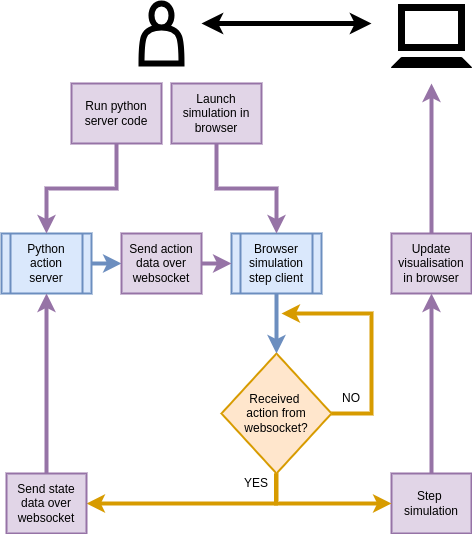
Above: assets/dexetera/dexetera-dexetera-main.drawio.png in umbralcalc/umbralcalc.github.io (draw.io), before the change. Source tidied: cells renumbered, new cells last; positions are measured from the earlier drawing's top-left corner, leaving out a move shared by most shapes. Its diagram source:
```xml
<mxGraphModel>
  <root>
    <mxCell id="0" />
    <mxCell id="1" parent="0" />
    <mxCell id="2" style="edgeStyle=orthogonalEdgeStyle;rounded=0;jettySize=auto;html=1;strokeWidth=4;fillColor=#ffe6cc;strokeColor=#d79b00;entryX=1;entryY=0.5;entryDx=0;entryDy=0;" parent="1" edge="1" target="25">
      <mxGeometry relative="1" as="geometry">
        <mxPoint x="274.5" y="470" as="sourcePoint" />
        <Array as="points">
          <mxPoint x="275" y="500" />
        </Array>
      </mxGeometry>
    </mxCell>
    <mxCell id="3" value="YES" style="text;html=1;strokeColor=none;fillColor=none;align=center;verticalAlign=middle;whiteSpace=wrap;rounded=0;" parent="1" vertex="1">
      <mxGeometry x="225" y="465" width="60" height="30" as="geometry" />
    </mxCell>
    <mxCell id="4" value="Launch simulation in browser" style="rounded=0;whiteSpace=wrap;html=1;strokeWidth=2;fillColor=#e1d5e7;strokeColor=#9673a6;" parent="1" vertex="1">
      <mxGeometry x="170" y="80" width="90" height="60" as="geometry" />
    </mxCell>
    <mxCell id="5" style="shape=actor;whiteSpace=wrap;html=1;strokeWidth=6;" parent="1" vertex="1">
      <mxGeometry x="140" width="40" height="60" as="geometry" />
    </mxCell>
    <mxCell id="6" style="rounded=0;whiteSpace=wrap;html=1;strokeWidth=7;" parent="1" vertex="1">
      <mxGeometry x="400" y="4" width="60" height="40" as="geometry" />
    </mxCell>
    <mxCell id="7" style="shape=trapezoid;perimeter=trapezoidPerimeter;whiteSpace=wrap;html=1;fixedSize=1;size=10;fillColor=#000000;" parent="1" vertex="1">
      <mxGeometry x="390" y="54" width="80" height="10" as="geometry" />
    </mxCell>
    <mxCell id="8" style="edgeStyle=orthogonalEdgeStyle;rounded=0;orthogonalLoop=1;jettySize=auto;html=1;strokeWidth=5;" parent="1" edge="1">
      <mxGeometry relative="1" as="geometry">
        <mxPoint x="330" y="20" as="sourcePoint" />
        <mxPoint x="200" y="20" as="targetPoint" />
      </mxGeometry>
    </mxCell>
    <mxCell id="9" style="edgeStyle=orthogonalEdgeStyle;rounded=0;orthogonalLoop=1;jettySize=auto;html=1;strokeWidth=5;" parent="1" edge="1">
      <mxGeometry relative="1" as="geometry">
        <mxPoint x="300" y="20" as="sourcePoint" />
        <mxPoint x="370" y="20" as="targetPoint" />
      </mxGeometry>
    </mxCell>
    <mxCell id="10" value="Run python server code" style="rounded=0;whiteSpace=wrap;html=1;strokeWidth=2;fillColor=#e1d5e7;strokeColor=#9673a6;" parent="1" vertex="1">
      <mxGeometry x="70" y="80" width="90" height="60" as="geometry" />
    </mxCell>
    <mxCell id="11" value="Python&lt;div&gt;action&lt;/div&gt;&lt;div&gt;server&lt;/div&gt;" style="shape=process;whiteSpace=wrap;html=1;backgroundOutline=1;strokeWidth=2;fillColor=#dae8fc;strokeColor=#6c8ebf;" parent="1" vertex="1">
      <mxGeometry y="230" width="90" height="60" as="geometry" />
    </mxCell>
    <mxCell id="12" value="Browser&lt;div&gt;simulation step client&lt;/div&gt;" style="shape=process;whiteSpace=wrap;html=1;backgroundOutline=1;strokeWidth=2;fillColor=#dae8fc;strokeColor=#6c8ebf;" parent="1" vertex="1">
      <mxGeometry x="230" y="230" width="90" height="60" as="geometry" />
    </mxCell>
    <mxCell id="13" style="edgeStyle=orthogonalEdgeStyle;rounded=0;jettySize=auto;html=1;strokeWidth=4;fillColor=#e1d5e7;strokeColor=#9673a6;entryX=0.5;entryY=0;entryDx=0;entryDy=0;exitX=0.5;exitY=1;exitDx=0;exitDy=0;" parent="1" edge="1" source="4" target="12">
      <mxGeometry relative="1" as="geometry" />
    </mxCell>
    <mxCell id="14" style="edgeStyle=orthogonalEdgeStyle;rounded=0;jettySize=auto;html=1;strokeWidth=4;fillColor=#e1d5e7;strokeColor=#9673a6;entryX=0.5;entryY=0;entryDx=0;entryDy=0;exitX=0.5;exitY=1;exitDx=0;exitDy=0;" parent="1" edge="1" source="10" target="11">
      <mxGeometry relative="1" as="geometry" />
    </mxCell>
    <mxCell id="15" value="Update visualisation in browser" style="rounded=0;whiteSpace=wrap;html=1;strokeWidth=2;fillColor=#e1d5e7;strokeColor=#9673a6;" parent="1" vertex="1">
      <mxGeometry x="390" y="230" width="80" height="60" as="geometry" />
    </mxCell>
    <mxCell id="16" style="edgeStyle=orthogonalEdgeStyle;rounded=0;jettySize=auto;html=1;strokeWidth=4;fillColor=#e1d5e7;strokeColor=#9673a6;exitX=0.5;exitY=0;exitDx=0;exitDy=0;" parent="1" edge="1" source="15">
      <mxGeometry relative="1" as="geometry">
        <mxPoint x="430" y="80" as="targetPoint" />
      </mxGeometry>
    </mxCell>
    <mxCell id="17" value="Received&amp;nbsp;&lt;div&gt;action from websocket?&lt;/div&gt;" style="rhombus;whiteSpace=wrap;html=1;fillColor=#ffe6cc;strokeColor=#d79b00;strokeWidth=2;direction=south;" parent="1" vertex="1">
      <mxGeometry x="220" y="350" width="110" height="120" as="geometry" />
    </mxCell>
    <mxCell id="18" style="edgeStyle=orthogonalEdgeStyle;rounded=0;jettySize=auto;html=1;strokeWidth=4;fillColor=#dae8fc;strokeColor=#6c8ebf;exitX=0.5;exitY=1;exitDx=0;exitDy=0;" parent="1" edge="1" source="12">
      <mxGeometry relative="1" as="geometry">
        <mxPoint x="275" y="350" as="targetPoint" />
      </mxGeometry>
    </mxCell>
    <mxCell id="19" style="edgeStyle=orthogonalEdgeStyle;rounded=0;orthogonalLoop=1;jettySize=auto;html=1;strokeWidth=4;fillColor=#ffe6cc;strokeColor=#d79b00;" parent="1" edge="1">
      <mxGeometry relative="1" as="geometry">
        <mxPoint x="330" y="410" as="sourcePoint" />
        <mxPoint x="280" y="310" as="targetPoint" />
        <Array as="points">
          <mxPoint x="370" y="410" />
          <mxPoint x="370" y="310" />
        </Array>
      </mxGeometry>
    </mxCell>
    <mxCell id="20" value="NO" style="text;html=1;strokeColor=none;fillColor=none;align=center;verticalAlign=middle;whiteSpace=wrap;rounded=0;" parent="1" vertex="1">
      <mxGeometry x="320" y="380" width="60" height="30" as="geometry" />
    </mxCell>
    <mxCell id="21" value="Step&amp;nbsp;&lt;div&gt;simulation&lt;/div&gt;" style="rounded=0;whiteSpace=wrap;html=1;strokeWidth=2;fillColor=#e1d5e7;strokeColor=#9673a6;" parent="1" vertex="1">
      <mxGeometry x="390" y="470" width="80" height="60" as="geometry" />
    </mxCell>
    <mxCell id="22" style="edgeStyle=orthogonalEdgeStyle;rounded=0;jettySize=auto;html=1;strokeWidth=4;fillColor=#ffe6cc;strokeColor=#d79b00;entryX=0;entryY=0.5;entryDx=0;entryDy=0;exitX=1;exitY=0.5;exitDx=0;exitDy=0;" parent="1" edge="1" source="17" target="21">
      <mxGeometry relative="1" as="geometry">
        <Array as="points">
          <mxPoint x="275" y="500" />
        </Array>
      </mxGeometry>
    </mxCell>
    <mxCell id="23" style="edgeStyle=orthogonalEdgeStyle;rounded=0;jettySize=auto;html=1;strokeWidth=4;fillColor=#e1d5e7;strokeColor=#9673a6;" parent="1" edge="1" source="21" target="15">
      <mxGeometry relative="1" as="geometry" />
    </mxCell>
    <mxCell id="24" style="edgeStyle=orthogonalEdgeStyle;rounded=0;jettySize=auto;html=1;strokeWidth=4;fillColor=#e1d5e7;strokeColor=#9673a6;entryX=0;entryY=0.5;entryDx=0;entryDy=0;exitX=1;exitY=0.5;exitDx=0;exitDy=0;" parent="1" edge="1" source="28" target="12">
      <mxGeometry relative="1" as="geometry" />
    </mxCell>
    <mxCell id="25" value="Send state&lt;div&gt;data over websocket&lt;/div&gt;" style="rounded=0;whiteSpace=wrap;html=1;strokeWidth=2;fillColor=#e1d5e7;strokeColor=#9673a6;" parent="1" vertex="1">
      <mxGeometry x="5" y="470" width="80" height="60" as="geometry" />
    </mxCell>
    <mxCell id="26" style="edgeStyle=orthogonalEdgeStyle;rounded=0;jettySize=auto;html=1;strokeWidth=4;fillColor=#e1d5e7;strokeColor=#9673a6;entryX=0.5;entryY=1;entryDx=0;entryDy=0;exitX=0.5;exitY=0;exitDx=0;exitDy=0;" parent="1" edge="1" source="25" target="11">
      <mxGeometry relative="1" as="geometry" />
    </mxCell>
    <mxCell id="27" style="edgeStyle=orthogonalEdgeStyle;rounded=0;jettySize=auto;html=1;strokeWidth=4;fillColor=#dae8fc;strokeColor=#6c8ebf;entryX=0;entryY=0.5;entryDx=0;entryDy=0;exitX=1;exitY=0.5;exitDx=0;exitDy=0;" parent="1" edge="1" source="11" target="28">
      <mxGeometry relative="1" as="geometry" />
    </mxCell>
    <mxCell id="28" value="Send action&lt;div&gt;data over websocket&lt;/div&gt;" style="rounded=0;whiteSpace=wrap;html=1;strokeWidth=2;fillColor=#e1d5e7;strokeColor=#9673a6;" parent="1" vertex="1">
      <mxGeometry x="120" y="230" width="80" height="60" as="geometry" />
    </mxCell>
  </root>
</mxGraphModel>
```
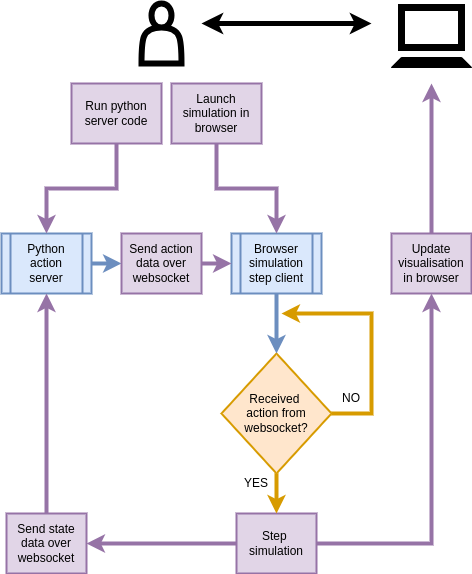
After the commit.

Commit message:
Updated main diagram for dexetera

The edit, as a diff of the source:
```diff
@@ -2,14 +2,6 @@
   <root>
     <mxCell id="0" />
     <mxCell id="1" parent="0" />
-    <mxCell id="2" style="edgeStyle=orthogonalEdgeStyle;rounded=0;jettySize=auto;html=1;strokeWidth=4;fillColor=#ffe6cc;strokeColor=#d79b00;entryX=1;entryY=0.5;entryDx=0;entryDy=0;" parent="1" edge="1" target="25">
-      <mxGeometry relative="1" as="geometry">
-        <mxPoint x="274.5" y="470" as="sourcePoint" />
-        <Array as="points">
-          <mxPoint x="275" y="500" />
-        </Array>
-      </mxGeometry>
-    </mxCell>
     <mxCell id="3" value="YES" style="text;html=1;strokeColor=none;fillColor=none;align=center;verticalAlign=middle;whiteSpace=wrap;rounded=0;" parent="1" vertex="1">
       <mxGeometry x="225" y="465" width="60" height="30" as="geometry" />
     </mxCell>
@@ -82,14 +74,10 @@
       <mxGeometry x="320" y="380" width="60" height="30" as="geometry" />
     </mxCell>
     <mxCell id="21" value="Step&amp;nbsp;&lt;div&gt;simulation&lt;/div&gt;" style="rounded=0;whiteSpace=wrap;html=1;strokeWidth=2;fillColor=#e1d5e7;strokeColor=#9673a6;" parent="1" vertex="1">
-      <mxGeometry x="390" y="470" width="80" height="60" as="geometry" />
+      <mxGeometry x="235" y="510" width="80" height="60" as="geometry" />
     </mxCell>
-    <mxCell id="22" style="edgeStyle=orthogonalEdgeStyle;rounded=0;jettySize=auto;html=1;strokeWidth=4;fillColor=#ffe6cc;strokeColor=#d79b00;entryX=0;entryY=0.5;entryDx=0;entryDy=0;exitX=1;exitY=0.5;exitDx=0;exitDy=0;" parent="1" edge="1" source="17" target="21">
-      <mxGeometry relative="1" as="geometry">
-        <Array as="points">
-          <mxPoint x="275" y="500" />
-        </Array>
-      </mxGeometry>
+    <mxCell id="22" style="edgeStyle=orthogonalEdgeStyle;rounded=0;jettySize=auto;html=1;strokeWidth=4;fillColor=#ffe6cc;strokeColor=#d79b00;entryX=0.5;entryY=0;entryDx=0;entryDy=0;exitX=1;exitY=0.5;exitDx=0;exitDy=0;" parent="1" edge="1" source="17" target="21">
+      <mxGeometry relative="1" as="geometry" />
     </mxCell>
     <mxCell id="23" style="edgeStyle=orthogonalEdgeStyle;rounded=0;jettySize=auto;html=1;strokeWidth=4;fillColor=#e1d5e7;strokeColor=#9673a6;" parent="1" edge="1" source="21" target="15">
       <mxGeometry relative="1" as="geometry" />
@@ -98,7 +86,7 @@
       <mxGeometry relative="1" as="geometry" />
     </mxCell>
     <mxCell id="25" value="Send state&lt;div&gt;data over websocket&lt;/div&gt;" style="rounded=0;whiteSpace=wrap;html=1;strokeWidth=2;fillColor=#e1d5e7;strokeColor=#9673a6;" parent="1" vertex="1">
-      <mxGeometry x="5" y="470" width="80" height="60" as="geometry" />
+      <mxGeometry x="5" y="510" width="80" height="60" as="geometry" />
     </mxCell>
     <mxCell id="26" style="edgeStyle=orthogonalEdgeStyle;rounded=0;jettySize=auto;html=1;strokeWidth=4;fillColor=#e1d5e7;strokeColor=#9673a6;entryX=0.5;entryY=1;entryDx=0;entryDy=0;exitX=0.5;exitY=0;exitDx=0;exitDy=0;" parent="1" edge="1" source="25" target="11">
       <mxGeometry relative="1" as="geometry" />
@@ -109,5 +97,8 @@
     <mxCell id="28" value="Send action&lt;div&gt;data over websocket&lt;/div&gt;" style="rounded=0;whiteSpace=wrap;html=1;strokeWidth=2;fillColor=#e1d5e7;strokeColor=#9673a6;" parent="1" vertex="1">
       <mxGeometry x="120" y="230" width="80" height="60" as="geometry" />
     </mxCell>
+    <mxCell id="29" style="edgeStyle=orthogonalEdgeStyle;rounded=0;jettySize=auto;html=1;strokeWidth=4;fillColor=#e1d5e7;strokeColor=#9673a6;exitX=0;exitY=0.5;exitDx=0;exitDy=0;entryX=1;entryY=0.5;entryDx=0;entryDy=0;" parent="1" edge="1" source="21" target="25">
+      <mxGeometry relative="1" as="geometry" />
+    </mxCell>
   </root>
 </mxGraphModel>
```
